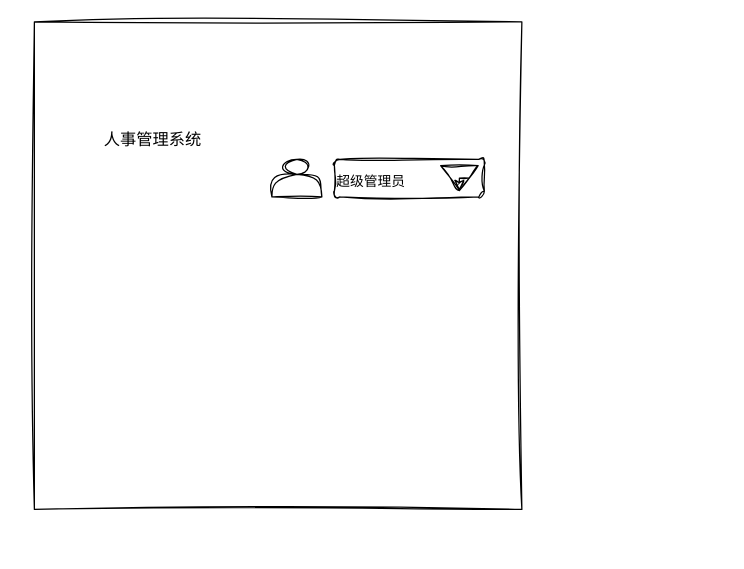
This is （1）.drawio from 177-Liukuan/MyPicture, a draw.io file, before an edit. Source tidied: cells renumbered, new cells numbered last; positions are measured from the earlier drawing's top-left corner, leaving out a move shared by most shapes. Both pictures are drawn from the tidied source at 125%, with x=0, y=0 at pixel (34, 21).
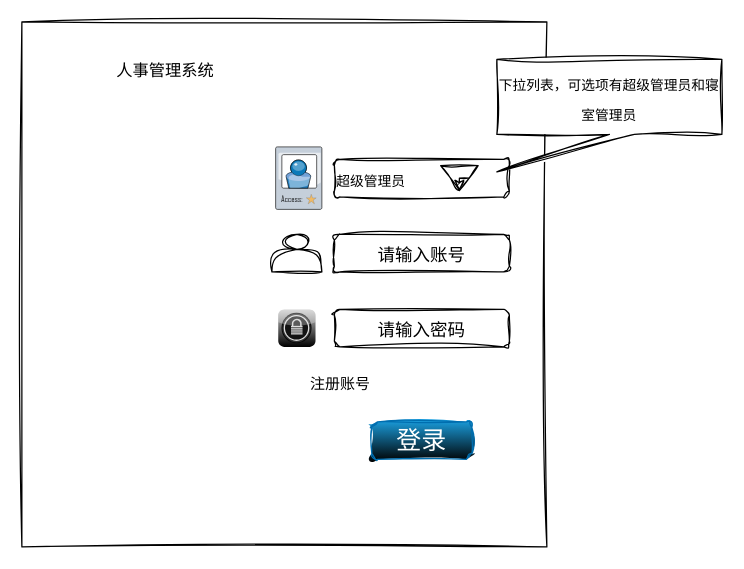
After the change.

Change to the diagram source:
```diff
@@
 <mxGraphModel>
   <root>
     <mxCell id="0" />
     <mxCell id="1" parent="0" />
     <mxCell id="2" style="whiteSpace=wrap;html=1;sketch=1;hachureGap=4;jiggle=2;curveFitting=1;fontFamily=Architects Daughter;fontSize=20;" parent="1" vertex="1">
-      <mxGeometry width="390" height="390" as="geometry" />
+      <mxGeometry x="-10" width="420" height="420" as="geometry" />
     </mxCell>
     <mxCell id="3" value="人事管理系统" style="text;html=1;strokeColor=none;fillColor=none;align=center;verticalAlign=middle;whiteSpace=wrap;rounded=0;fontSize=13;fontFamily=Architects Daughter;" parent="1" vertex="1">
-      <mxGeometry x="30" y="90" width="130" height="10" as="geometry" />
+      <mxGeometry x="40" y="20" width="130" height="40" as="geometry" />
     </mxCell>
     <mxCell id="4" style="shape=actor;whiteSpace=wrap;html=1;sketch=1;hachureGap=4;jiggle=2;curveFitting=1;fontFamily=Architects Daughter;fontSize=20;" parent="1" vertex="1">
-      <mxGeometry x="190" y="110" width="40" height="30" as="geometry" />
+      <mxGeometry x="190" y="170" width="40" height="30" as="geometry" />
     </mxCell>
     <mxCell id="5" value="&lt;font style=&quot;font-size: 11px;&quot;&gt;超级管理员&lt;/font&gt;" style="rounded=1;whiteSpace=wrap;html=1;sketch=1;hachureGap=4;jiggle=2;curveFitting=1;fontFamily=Architects Daughter;fontSize=20;align=left;" parent="1" vertex="1">
-      <mxGeometry x="240" y="110" width="120" height="30" as="geometry" />
+      <mxGeometry x="240" y="110" width="140" height="30" as="geometry" />
     </mxCell>
     <mxCell id="6" style="edgeStyle=orthogonalEdgeStyle;rounded=0;sketch=1;hachureGap=4;jiggle=2;curveFitting=1;orthogonalLoop=1;jettySize=auto;html=1;exitX=0.5;exitY=1;exitDx=0;exitDy=0;fontFamily=Architects Daughter;fontSize=16;" parent="1" edge="1" source="5" target="5">
       <mxGeometry relative="1" as="geometry" />
     </mxCell>
     <mxCell id="7" style="triangle;whiteSpace=wrap;html=1;sketch=1;hachureGap=4;jiggle=2;curveFitting=1;fontFamily=Architects Daughter;fontSize=20;rotation=90;" parent="1" vertex="1">
       <mxGeometry x="330" y="110" width="20" height="30" as="geometry" />
     </mxCell>
     <mxCell id="8" style="edgeStyle=orthogonalEdgeStyle;rounded=0;sketch=1;hachureGap=4;jiggle=2;curveFitting=1;orthogonalLoop=1;jettySize=auto;html=1;exitX=0.5;exitY=0;exitDx=0;exitDy=0;entryX=1;entryY=0.5;entryDx=0;entryDy=0;fontFamily=Architects Daughter;fontSize=16;" parent="1" edge="1" source="7" target="7">
-      <mxGeometry relative="1" as="geometry" />
+      <mxGeometry relative="1" as="geometry">
+        <Array as="points">
+          <mxPoint x="340" y="125" />
+        </Array>
+      </mxGeometry>
     </mxCell>
+    <mxCell id="9" value="&lt;font style=&quot;font-size: 14px;&quot;&gt;请输入账号&lt;/font&gt;" style="rounded=1;whiteSpace=wrap;html=1;sketch=1;hachureGap=4;jiggle=2;curveFitting=1;fontFamily=Architects Daughter;fontSize=20;" parent="1" vertex="1">
+      <mxGeometry x="240" y="170" width="140" height="30" as="geometry" />
+    </mxCell>
+    <mxCell id="10" value="&lt;font style=&quot;font-size: 14px;&quot;&gt;请输入密码&lt;/font&gt;" style="rounded=1;whiteSpace=wrap;html=1;sketch=1;hachureGap=4;jiggle=2;curveFitting=1;fontFamily=Architects Daughter;fontSize=20;" parent="1" vertex="1">
+      <mxGeometry x="240" y="230" width="140" height="30" as="geometry" />
+    </mxCell>
+    <mxCell id="11" style="verticalLabelPosition=bottom;sketch=0;html=1;verticalAlign=top;strokeColor=none;align=center;shape=mxgraph.citrix.role_secure_access;fillColor=#CCCCCC;gradientColor=#000000;gradientDirection=south;hachureGap=4;jiggle=2;curveFitting=1;fontFamily=Architects Daughter;fontSize=20;" parent="1" vertex="1">
+      <mxGeometry x="195" y="230" width="30" height="30" as="geometry" />
+    </mxCell>
+    <mxCell id="12" style="verticalLabelPosition=bottom;sketch=0;html=1;verticalAlign=top;strokeColor=none;align=center;shape=mxgraph.citrix.access_card;hachureGap=4;jiggle=2;curveFitting=1;fontFamily=Architects Daughter;fontSize=20;" parent="1" vertex="1">
+      <mxGeometry x="193" y="100" width="37" height="50" as="geometry" />
+    </mxCell>
+    <mxCell id="13" value="登录" style="rounded=1;whiteSpace=wrap;html=1;sketch=1;hachureGap=4;jiggle=2;curveFitting=1;fontFamily=Architects Daughter;fontSize=20;fillColor=#1ba1e2;fontColor=#ffffff;strokeColor=#006EAF;gradientColor=default;" parent="1" vertex="1">
+      <mxGeometry x="270" y="320" width="80" height="30" as="geometry" />
+    </mxCell>
+    <mxCell id="14" value="注册账号" style="text;html=1;strokeColor=none;fillColor=none;align=center;verticalAlign=middle;whiteSpace=wrap;rounded=0;fontSize=12;fontFamily=Architects Daughter;" parent="1" vertex="1">
+      <mxGeometry x="180" y="290" width="130" as="geometry" />
+    </mxCell>
+    <mxCell id="15" value="&lt;font style=&quot;font-size: 11px;&quot;&gt;下拉列表，可选项有超级管理员和寝室管理员&lt;/font&gt;" style="shape=callout;whiteSpace=wrap;html=1;perimeter=calloutPerimeter;sketch=1;hachureGap=4;jiggle=2;curveFitting=1;fontFamily=Architects Daughter;fontSize=20;position2=0;" parent="1" vertex="1">
+      <mxGeometry x="370" y="30" width="180" height="90" as="geometry" />
+    </mxCell>
   </root>
 </mxGraphModel>
```
